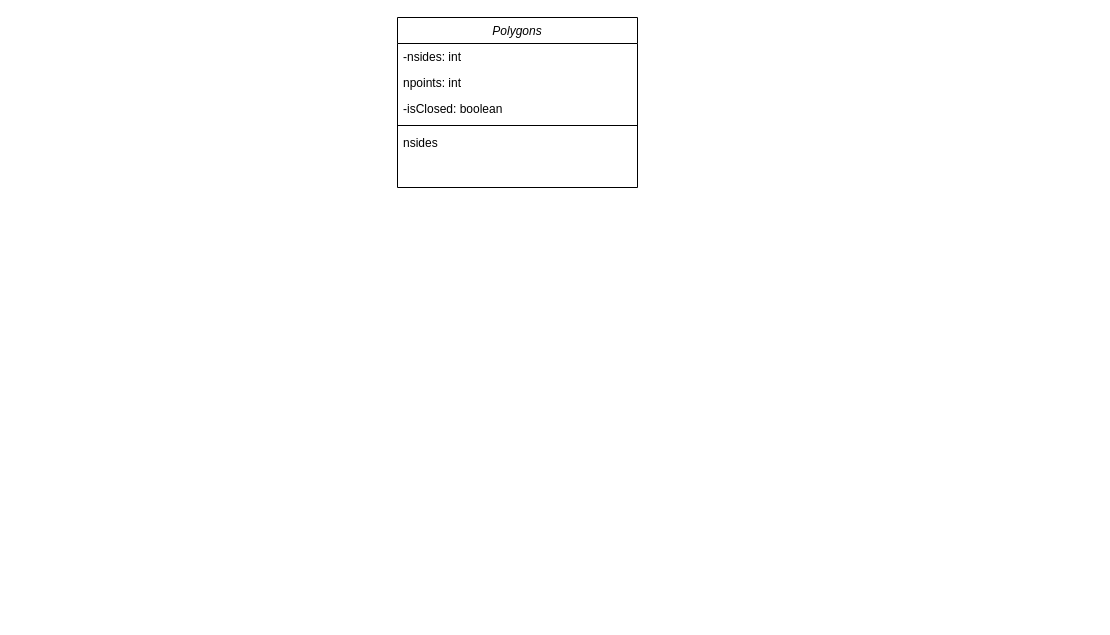
Earlier version of the draw.io diagram Untitled Diagram.drawio (themonster12211/themonster12211). Source tidied: cells renumbered, new cells numbered last; positions are measured from the earlier drawing's top-left corner, leaving out a move shared by most shapes. Both pictures are drawn from the tidied source at 100%, with x=0, y=0 at pixel (397, 17).
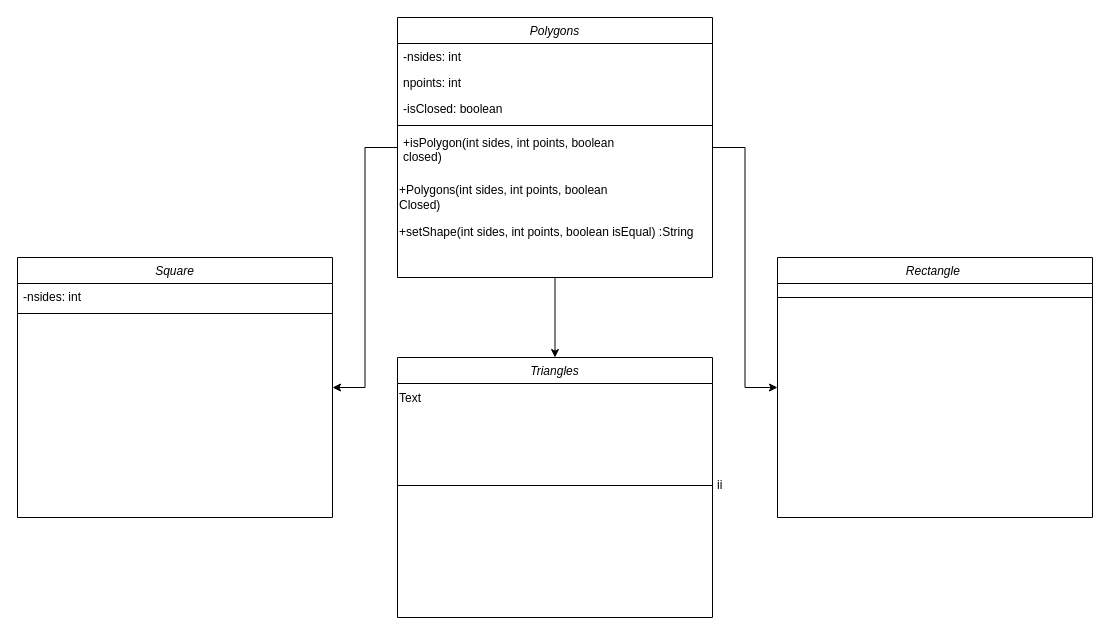
After the change.

Commit message:
update 1 of UML design

The edit, as a diff of the source:
```diff
@@
+    <mxCell id="8" style="edgeStyle=orthogonalEdgeStyle;rounded=0;jettySize=auto;html=1;" parent="1" edge="1" source="2" target="13">
+      <mxGeometry relative="1" as="geometry" />
+    </mxCell>
+    <mxCell id="9" style="edgeStyle=orthogonalEdgeStyle;rounded=0;jettySize=auto;html=1;" parent="1" edge="1" source="2" target="16">
+      <mxGeometry relative="1" as="geometry" />
+    </mxCell>
+    <mxCell id="10" style="edgeStyle=orthogonalEdgeStyle;rounded=0;jettySize=auto;html=1;" parent="1" edge="1" source="2" target="20">
+      <mxGeometry relative="1" as="geometry" />
+    </mxCell>
     <mxCell id="2" value="Polygons" style="swimlane;fontStyle=2;align=center;verticalAlign=top;horizontal=1;startSize=26;rounded=0;shadow=0;strokeWidth=1;" parent="1" vertex="1">
-      <mxGeometry width="240" height="170" as="geometry" />
+      <mxGeometry width="315" height="260" as="geometry" />
     </mxCell>
     <mxCell id="3" value="-nsides: int" style="text;align=left;verticalAlign=top;spacingLeft=4;spacingRight=4;overflow=hidden;" parent="2" vertex="1">
-      <mxGeometry y="26" width="240" height="26" as="geometry" />
+      <mxGeometry y="26" width="315" height="26" as="geometry" />
     </mxCell>
     <mxCell id="4" value="npoints: int" style="text;align=left;verticalAlign=top;spacingLeft=4;spacingRight=4;overflow=hidden;rounded=0;shadow=0;html=0;" parent="2" vertex="1">
-      <mxGeometry y="52" width="240" height="26" as="geometry" />
+      <mxGeometry y="52" width="315" height="26" as="geometry" />
     </mxCell>
     <mxCell id="5" value="-isClosed: boolean" style="text;align=left;verticalAlign=top;spacingLeft=4;spacingRight=4;overflow=hidden;rounded=0;shadow=0;html=0;" parent="2" vertex="1">
-      <mxGeometry y="78" width="240" height="26" as="geometry" />
+      <mxGeometry y="78" width="315" height="26" as="geometry" />
     </mxCell>
     <mxCell id="6" style="line;html=1;strokeWidth=1;align=left;verticalAlign=middle;spacingTop=-1;spacingLeft=3;spacingRight=3;labelPosition=right;" parent="2" vertex="1">
-      <mxGeometry y="104" width="240" height="8" as="geometry" />
+      <mxGeometry y="104" width="315" height="8" as="geometry" />
     </mxCell>
-    <mxCell id="7" value="nsides" style="text;align=left;verticalAlign=top;spacingLeft=4;spacingRight=4;overflow=hidden;" parent="2" vertex="1">
-      <mxGeometry y="112" width="240" height="26" as="geometry" />
+    <mxCell id="7" value="+isPolygon(int sides, int points, boolean &#10;closed)" style="text;align=left;verticalAlign=top;spacingLeft=4;spacingRight=4;overflow=hidden;" parent="2" vertex="1">
+      <mxGeometry y="112" width="315" height="48" as="geometry" />
     </mxCell>
+    <mxCell id="11" value="&lt;div style=&quot;&quot;&gt;&lt;span style=&quot;background-color: initial;&quot;&gt;+Polygons(int sides, int points, boolean&amp;nbsp;&lt;/span&gt;&lt;/div&gt;Closed)" style="text;html=1;align=left;verticalAlign=middle;strokeColor=none;fillColor=none;" parent="2" vertex="1">
+      <mxGeometry y="160" width="315" height="40" as="geometry" />
+    </mxCell>
+    <mxCell id="12" value="+setShape(int sides, int points, boolean isEqual) :String" style="text;html=1;align=left;verticalAlign=middle;strokeColor=none;fillColor=none;" parent="2" vertex="1">
+      <mxGeometry y="200" width="315" height="30" as="geometry" />
+    </mxCell>
+    <mxCell id="13" value="Rectangle " style="swimlane;fontStyle=2;align=center;verticalAlign=top;horizontal=1;startSize=26;rounded=0;shadow=0;strokeWidth=1;" parent="1" vertex="1">
+      <mxGeometry x="380" y="240" width="315" height="260" as="geometry" />
+    </mxCell>
+    <mxCell id="14" value="&lt;div style=&quot;&quot;&gt;&lt;/div&gt;" style="text;html=1;align=left;verticalAlign=middle;strokeColor=none;fillColor=none;" parent="13" vertex="1">
+      <mxGeometry y="26" width="315" height="10" as="geometry" />
+    </mxCell>
+    <mxCell id="15" style="line;html=1;strokeWidth=1;align=left;verticalAlign=middle;spacingTop=-1;spacingLeft=3;spacingRight=3;labelPosition=right;" parent="13" vertex="1">
+      <mxGeometry y="36" width="315" height="8" as="geometry" />
+    </mxCell>
+    <mxCell id="16" value="Square" style="swimlane;fontStyle=2;align=center;verticalAlign=top;horizontal=1;startSize=26;rounded=0;shadow=0;strokeWidth=1;" parent="1" vertex="1">
+      <mxGeometry x="-380" y="240" width="315" height="260" as="geometry" />
+    </mxCell>
+    <mxCell id="17" value="-nsides: int" style="text;align=left;verticalAlign=top;spacingLeft=4;spacingRight=4;overflow=hidden;" parent="16" vertex="1">
+      <mxGeometry y="26" width="315" height="26" as="geometry" />
+    </mxCell>
+    <mxCell id="18" style="line;html=1;strokeWidth=1;align=left;verticalAlign=middle;spacingTop=-1;spacingLeft=3;spacingRight=3;labelPosition=right;" parent="16" vertex="1">
+      <mxGeometry y="52" width="315" height="8" as="geometry" />
+    </mxCell>
+    <mxCell id="19" value="&lt;div style=&quot;&quot;&gt;&lt;/div&gt;" style="text;html=1;align=left;verticalAlign=middle;strokeColor=none;fillColor=none;" parent="16" vertex="1">
+      <mxGeometry y="60" width="315" height="10" as="geometry" />
+    </mxCell>
+    <mxCell id="20" value="Triangles" style="swimlane;fontStyle=2;align=center;verticalAlign=top;horizontal=1;startSize=26;rounded=0;shadow=0;strokeWidth=1;" parent="1" vertex="1">
+      <mxGeometry y="340" width="315" height="260" as="geometry" />
+    </mxCell>
+    <mxCell id="21" value="Text" style="text;html=1;align=left;verticalAlign=middle;strokeColor=none;fillColor=none;" parent="20" vertex="1">
+      <mxGeometry y="26" width="315" height="30" as="geometry" />
+    </mxCell>
+    <mxCell id="22" value="ii" style="line;html=1;strokeWidth=1;align=left;verticalAlign=middle;spacingTop=-1;spacingLeft=3;spacingRight=3;labelPosition=right;" parent="20" vertex="1">
+      <mxGeometry y="56" width="315" height="144" as="geometry" />
+    </mxCell>
+    <mxCell id="23" value="&lt;div style=&quot;&quot;&gt;&lt;/div&gt;" style="text;html=1;align=left;verticalAlign=middle;strokeColor=none;fillColor=none;" parent="20" vertex="1">
+      <mxGeometry y="200" width="315" height="10" as="geometry" />
+    </mxCell>
```
